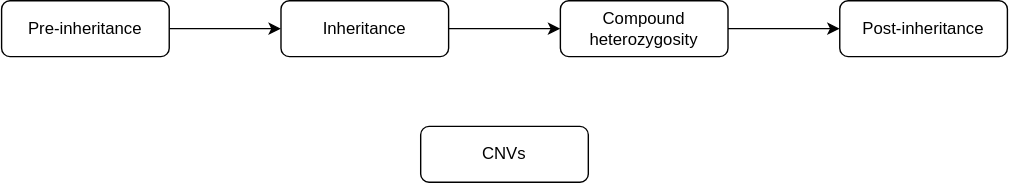
HurlesGroupSanger/clinicalFilter keeps this draw.io diagram as docs/images/DDD_CF_highlevel.svg. Above is the earlier version. Source tidied: cells renumbered, new cells last; positions are measured from the earlier drawing's top-left corner, leaving out a move shared by most shapes.
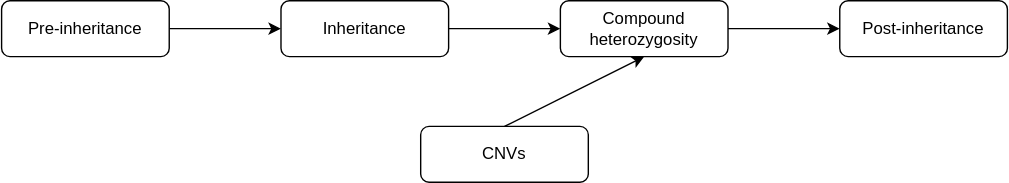
Later version of the same file.

What changed in the source:
```diff
@@ -26,5 +26,8 @@
     <mxCell id="9" value="CNVs" style="rounded=1;whiteSpace=wrap;html=1;fontSize=12;glass=0;strokeWidth=1;shadow=0;" parent="1" vertex="1">
       <mxGeometry x="300" y="90" width="120" height="40" as="geometry" />
     </mxCell>
+    <mxCell id="10" style="endArrow=classic;html=1;rounded=0;entryX=0.5;entryY=1;entryDx=0;entryDy=0;exitX=0.5;exitY=0;exitDx=0;exitDy=0;" parent="1" edge="1" source="9" target="7">
+      <mxGeometry relative="1" as="geometry" />
+    </mxCell>
   </root>
 </mxGraphModel>
```
